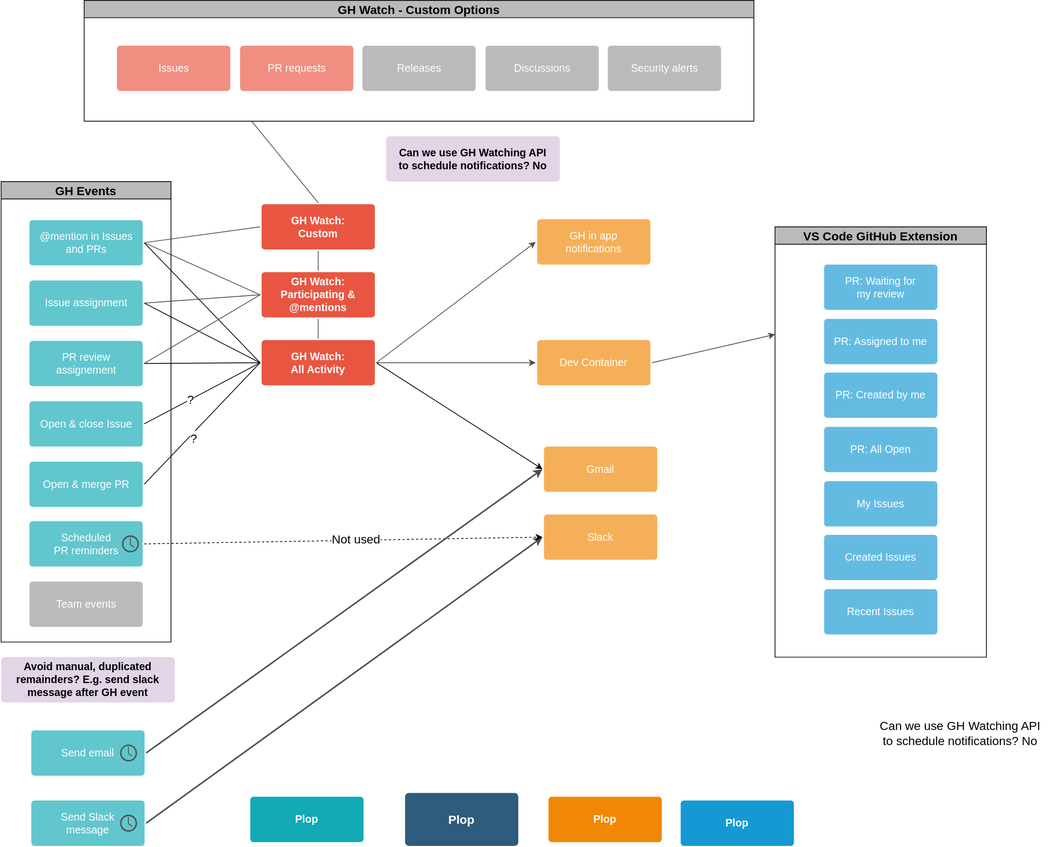
This is docs/drawio/diagrams/notification-graph.drawio.svg from Sage-Bionetworks/sage-monorepo, a draw.io export, as it was before one commit. Source tidied: cells renumbered, new cells last; positions are measured from the earlier drawing's top-left corner, leaving out a move shared by most shapes.
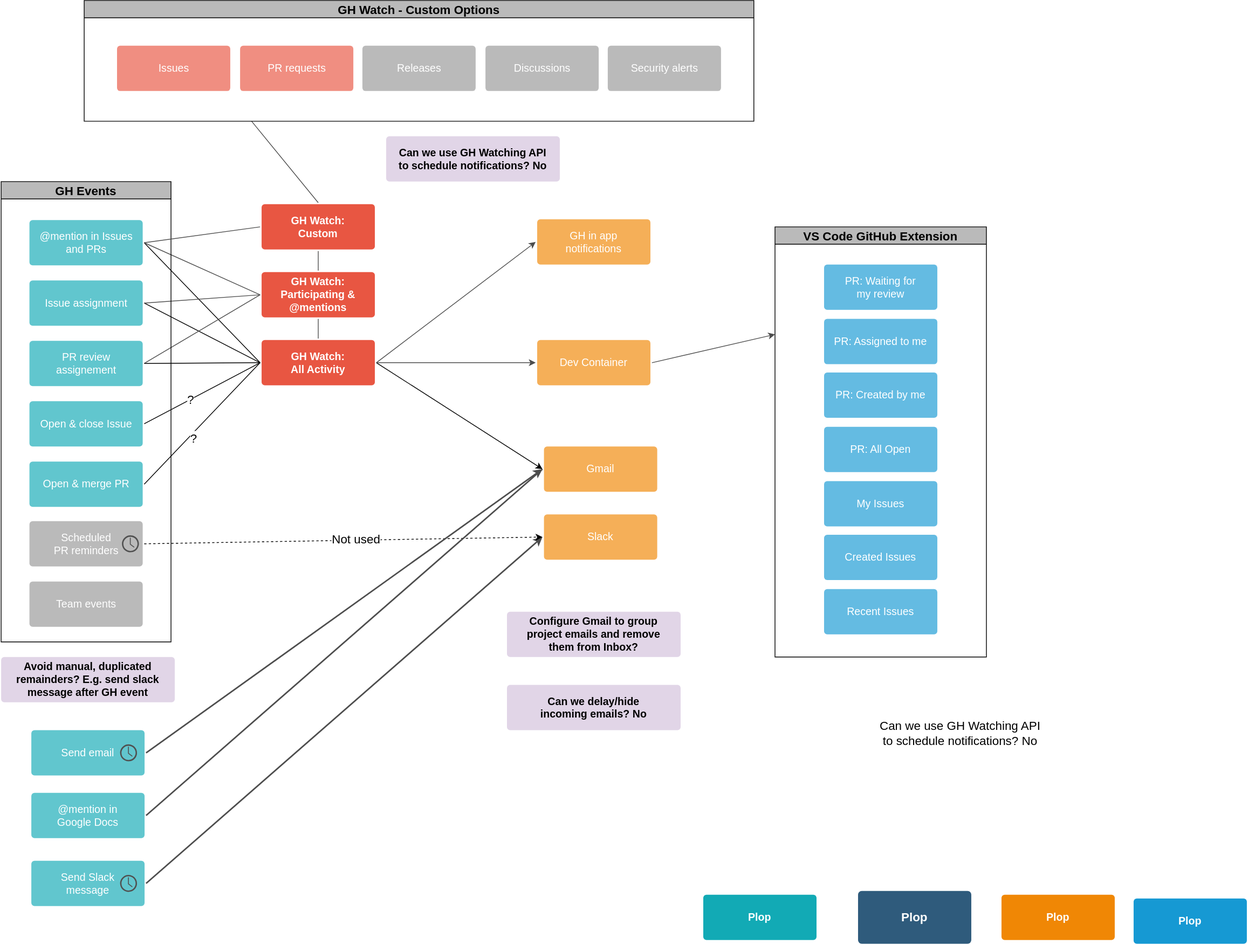
The same diagram one commit later.

Diff of the diagram source:
```diff
@@ -57,7 +57,7 @@
       <mxGeometry x="345" y="450" width="150" height="60" as="geometry" />
     </mxCell>
     <mxCell id="20" value="Plop" style="rounded=1;whiteSpace=wrap;html=1;shadow=0;labelBackgroundColor=none;strokeColor=none;strokeWidth=3;fillColor=#1699d3;fontFamily=Helvetica;fontSize=14;fontColor=#FFFFFF;align=center;spacing=5;fontStyle=1;arcSize=7;perimeterSpacing=2;" parent="1" vertex="1">
-      <mxGeometry x="900" y="1060" width="150" height="60" as="geometry" />
+      <mxGeometry x="1500" y="1190" width="150" height="60" as="geometry" />
     </mxCell>
     <mxCell id="21" style="edgeStyle=none;rounded=0;jettySize=auto;html=1;exitX=0.5;exitY=1;exitDx=0;exitDy=0;entryX=0.5;entryY=0;entryDx=0;entryDy=0;fontSize=16;endArrow=none;endFill=0;strokeColor=#4D4D4D;strokeWidth=1;" parent="1" edge="1" source="22" target="19">
       <mxGeometry relative="1" as="geometry" />
@@ -77,15 +77,9 @@
     <mxCell id="26" style="edgeStyle=none;rounded=0;jettySize=auto;html=1;exitX=1;exitY=0.5;exitDx=0;exitDy=0;entryX=0;entryY=0.5;entryDx=0;entryDy=0;fontSize=16;endArrow=classic;endFill=1;strokeColor=#4D4D4D;strokeWidth=2;" parent="1" edge="1" source="27" target="28">
       <mxGeometry relative="1" as="geometry" />
     </mxCell>
-    <mxCell id="27" value="Send Slack&lt;br&gt;message" style="rounded=1;whiteSpace=wrap;html=1;shadow=0;labelBackgroundColor=none;strokeColor=none;strokeWidth=3;fillColor=#61c6ce;fontFamily=Helvetica;fontSize=14;fontColor=#FFFFFF;align=center;spacing=5;fontStyle=0;arcSize=7;perimeterSpacing=2;" parent="1" vertex="1">
-      <mxGeometry x="40" y="1060" width="150" height="60" as="geometry" />
-    </mxCell>
     <mxCell id="28" value="Slack" style="rounded=1;whiteSpace=wrap;html=1;shadow=0;labelBackgroundColor=none;strokeColor=none;strokeWidth=3;fillColor=#f5af58;fontFamily=Helvetica;fontSize=14;fontColor=#FFFFFF;align=center;spacing=5;arcSize=7;perimeterSpacing=2;" parent="1" vertex="1">
       <mxGeometry x="719" y="681" width="150" height="60" as="geometry" />
     </mxCell>
-    <mxCell id="29" style="sketch=0;shadow=0;dashed=0;html=1;strokeColor=none;fillColor=#505050;labelPosition=center;verticalLabelPosition=bottom;verticalAlign=top;align=center;shape=mxgraph.office.concepts.clock;" parent="1" vertex="1">
-      <mxGeometry x="157.5" y="1078.8" width="22.5" height="22.5" as="geometry" />
-    </mxCell>
     <mxCell id="30" style="edgeStyle=none;rounded=0;jettySize=auto;html=1;exitX=1;exitY=0.5;exitDx=0;exitDy=0;entryX=0;entryY=0.5;entryDx=0;entryDy=0;fontSize=16;endArrow=classic;endFill=1;dashed=1;" parent="1" edge="1" source="52" target="28">
       <mxGeometry relative="1" as="geometry" />
     </mxCell>
@@ -120,13 +114,13 @@
       <mxGeometry x="65" y="265" width="150" height="60" as="geometry" />
     </mxCell>
     <mxCell id="41" value="Plop" style="rounded=1;whiteSpace=wrap;html=1;shadow=0;labelBackgroundColor=none;strokeColor=none;strokeWidth=3;fillColor=#2F5B7C;fontFamily=Helvetica;fontSize=16;fontColor=#FFFFFF;align=center;fontStyle=1;spacing=5;arcSize=7;perimeterSpacing=2;" parent="1" vertex="1">
-      <mxGeometry x="535" y="1050" width="150" height="70" as="geometry" />
+      <mxGeometry x="1135" y="1180" width="150" height="70" as="geometry" />
     </mxCell>
     <mxCell id="42" value="Plop" style="rounded=1;whiteSpace=wrap;html=1;shadow=0;labelBackgroundColor=none;strokeColor=none;strokeWidth=3;fillColor=#F08705;fontFamily=Helvetica;fontSize=14;fontColor=#FFFFFF;align=center;spacing=5;fontStyle=1;arcSize=7;perimeterSpacing=2;" parent="1" vertex="1">
-      <mxGeometry x="725" y="1055" width="150" height="60" as="geometry" />
+      <mxGeometry x="1325" y="1185" width="150" height="60" as="geometry" />
     </mxCell>
     <mxCell id="43" value="Plop" style="rounded=1;whiteSpace=wrap;html=1;shadow=0;labelBackgroundColor=none;strokeColor=none;strokeWidth=3;fillColor=#12aab5;fontFamily=Helvetica;fontSize=14;fontColor=#FFFFFF;align=center;spacing=5;fontStyle=1;arcSize=7;perimeterSpacing=2;" parent="1" vertex="1">
-      <mxGeometry x="330" y="1055" width="150" height="60" as="geometry" />
+      <mxGeometry x="930" y="1185" width="150" height="60" as="geometry" />
     </mxCell>
     <mxCell id="44" value="GH Events" style="swimlane;fontSize=16;fillColor=#BABABA;" parent="1" vertex="1">
       <mxGeometry y="240" width="225" height="610" as="geometry" />
@@ -152,7 +146,7 @@
     <mxCell id="51" style="group;" parent="44" vertex="1">
       <mxGeometry x="37.5" y="450" width="150" height="60" as="geometry" />
     </mxCell>
-    <mxCell id="52" value="Scheduled&lt;br&gt;PR reminders" style="rounded=1;whiteSpace=wrap;html=1;shadow=0;labelBackgroundColor=none;strokeColor=none;strokeWidth=3;fillColor=#61c6ce;fontFamily=Helvetica;fontSize=14;fontColor=#FFFFFF;align=center;spacing=5;fontStyle=0;arcSize=7;perimeterSpacing=2;" parent="51" vertex="1">
+    <mxCell id="52" value="Scheduled&lt;br&gt;PR reminders" style="rounded=1;whiteSpace=wrap;html=1;shadow=0;labelBackgroundColor=none;strokeColor=none;strokeWidth=3;fillColor=#BABABA;fontFamily=Helvetica;fontSize=14;fontColor=#FFFFFF;align=center;spacing=5;fontStyle=0;arcSize=7;perimeterSpacing=2;" parent="51" vertex="1">
       <mxGeometry width="150" height="60" as="geometry" />
     </mxCell>
     <mxCell id="53" style="sketch=0;shadow=0;dashed=0;html=1;strokeColor=none;fillColor=#505050;labelPosition=center;verticalLabelPosition=bottom;verticalAlign=top;align=center;shape=mxgraph.office.concepts.clock;" parent="51" vertex="1">
@@ -197,5 +191,26 @@
     <mxCell id="66" style="sketch=0;shadow=0;dashed=0;html=1;strokeColor=none;fillColor=#505050;labelPosition=center;verticalLabelPosition=bottom;verticalAlign=top;align=center;shape=mxgraph.office.concepts.clock;" parent="64" vertex="1">
       <mxGeometry x="117.5" y="18.8" width="22.5" height="22.5" as="geometry" />
     </mxCell>
+    <mxCell id="67" value="Can we delay/hide&lt;br&gt;incoming emails? No" style="rounded=1;whiteSpace=wrap;html=1;shadow=0;labelBackgroundColor=none;strokeColor=none;strokeWidth=3;fillColor=#e1d5e7;fontFamily=Helvetica;fontSize=14;align=center;spacing=5;fontStyle=1;arcSize=7;perimeterSpacing=2;" parent="1" vertex="1">
+      <mxGeometry x="670" y="907" width="230" height="60" as="geometry" />
+    </mxCell>
+    <mxCell id="68" value="Configure Gmail to group&lt;br&gt;project emails and remove&lt;br&gt;them from Inbox?" style="rounded=1;whiteSpace=wrap;html=1;shadow=0;labelBackgroundColor=none;strokeColor=none;strokeWidth=3;fillColor=#e1d5e7;fontFamily=Helvetica;fontSize=14;align=center;spacing=5;fontStyle=1;arcSize=7;perimeterSpacing=2;" parent="1" vertex="1">
+      <mxGeometry x="670" y="810" width="230" height="60" as="geometry" />
+    </mxCell>
+    <mxCell id="69" style="edgeStyle=none;rounded=0;jettySize=auto;html=1;exitX=1;exitY=0.5;exitDx=0;exitDy=0;entryX=0;entryY=0.5;entryDx=0;entryDy=0;fontSize=16;endArrow=none;endFill=0;strokeColor=#4D4D4D;strokeWidth=2;" parent="1" edge="1" source="70" target="13">
+      <mxGeometry relative="1" as="geometry" />
+    </mxCell>
+    <mxCell id="70" value="@mention in&lt;br&gt;Google Docs" style="rounded=1;whiteSpace=wrap;html=1;shadow=0;labelBackgroundColor=none;strokeColor=none;strokeWidth=3;fillColor=#61c6ce;fontFamily=Helvetica;fontSize=14;fontColor=#FFFFFF;align=center;spacing=5;fontStyle=0;arcSize=7;perimeterSpacing=2;" parent="1" vertex="1">
+      <mxGeometry x="40" y="1050" width="150" height="60" as="geometry" />
+    </mxCell>
+    <mxCell id="71" style="group;" parent="1" vertex="1">
+      <mxGeometry x="40" y="1140" width="150" height="60" as="geometry" />
+    </mxCell>
+    <mxCell id="27" value="Send Slack&lt;br&gt;message" style="rounded=1;whiteSpace=wrap;html=1;shadow=0;labelBackgroundColor=none;strokeColor=none;strokeWidth=3;fillColor=#61c6ce;fontFamily=Helvetica;fontSize=14;fontColor=#FFFFFF;align=center;spacing=5;fontStyle=0;arcSize=7;perimeterSpacing=2;" parent="71" vertex="1">
+      <mxGeometry width="150" height="60" as="geometry" />
+    </mxCell>
+    <mxCell id="29" style="sketch=0;shadow=0;dashed=0;html=1;strokeColor=none;fillColor=#505050;labelPosition=center;verticalLabelPosition=bottom;verticalAlign=top;align=center;shape=mxgraph.office.concepts.clock;" parent="71" vertex="1">
+      <mxGeometry x="117.5" y="18.8" width="22.5" height="22.5" as="geometry" />
+    </mxCell>
   </root>
 </mxGraphModel>
```
